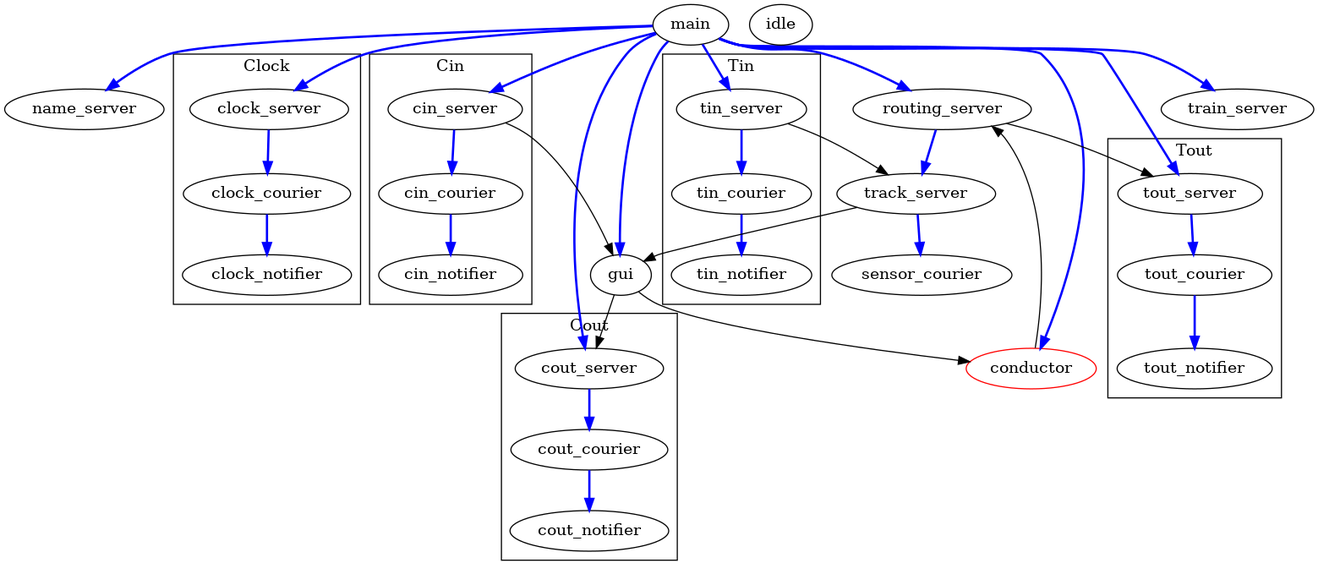
Before: src/tasks.png, a diagram exported from Graphviz (Labdabeta/trains). Its source is kept beside it as src/tasks.dot.
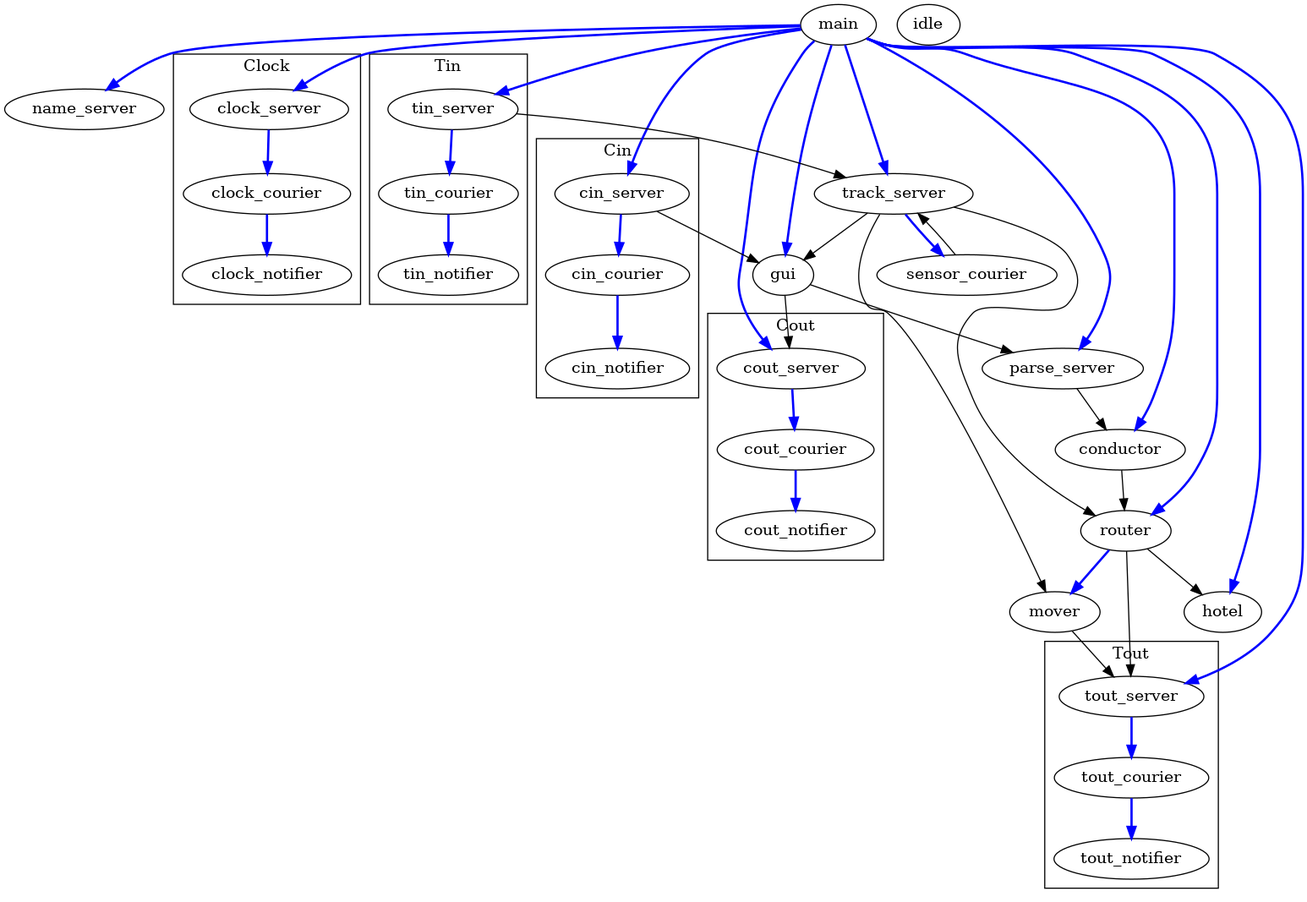
Above is the later version.

Change to the diagram source:
```diff
@@ -30,11 +30,15 @@
         label="Tout";
     }
 
-    routing_server;
+    router;
     track_server; sensor_courier;
     gui;
-    conductor[color=red];
+    conductor;
     idle;
+    hotel;
+    parse_server;
+    mover;
+
 
     /* Creations */
     edge [style=bold, color=blue];
@@ -44,30 +48,38 @@
     main -> cout_server;
     main -> tin_server;
     main -> tout_server;
-    main -> routing_server;
-    main -> train_server;
+    main -> router;
+    main -> track_server;
     main -> gui;
     main -> conductor;
+    main -> hotel;
+    main -> parse_server;
     clock_server -> clock_courier;
     cin_server -> cin_courier;
     cout_server -> cout_courier;
     tin_server -> tin_courier;
     tout_server -> tout_courier;
-    routing_server -> track_server;
     clock_courier -> clock_notifier;
     cin_courier -> cin_notifier;
     cout_courier -> cout_notifier;
     tin_courier -> tin_notifier;
     tout_courier -> tout_notifier;
     track_server -> sensor_courier;
+    router -> mover;
 
     /* Messages */
     edge [style=solid, color=black];
     tin_server -> track_server;
-    routing_server -> tout_server;
+    router -> tout_server;
+    track_server -> router;
+    mover -> tout_server;
     cin_server -> gui;
     gui -> cout_server;
-    gui -> conductor;
-    conductor -> routing_server;
+    gui -> parse_server;
+    parse_server -> conductor;
+    conductor -> router;
+    router -> hotel;
     track_server -> gui;
+    track_server -> mover;
+    sensor_courier -> track_server;
 }
```
